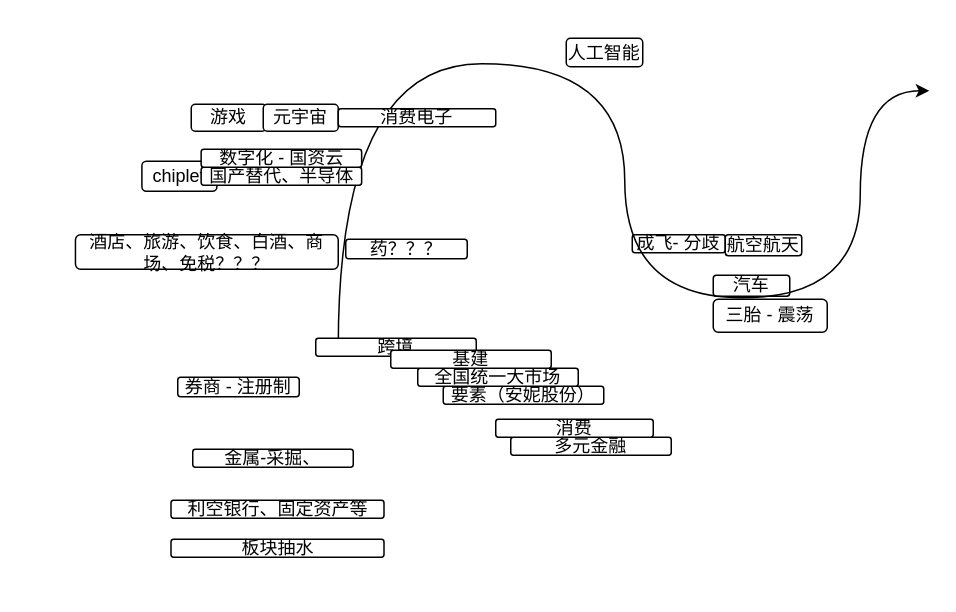
This is menus/每日头脑风暴.drawio from Asamiyaa/microservice-k8s-yun, a draw.io file, before an edit. Source tidied: cells renumbered, new cells numbered last; positions are measured from the earlier drawing's top-left corner, leaving out a move shared by most shapes. Both pictures are drawn from the tidied source at 150%, with x=0, y=0 at pixel (75, 38).
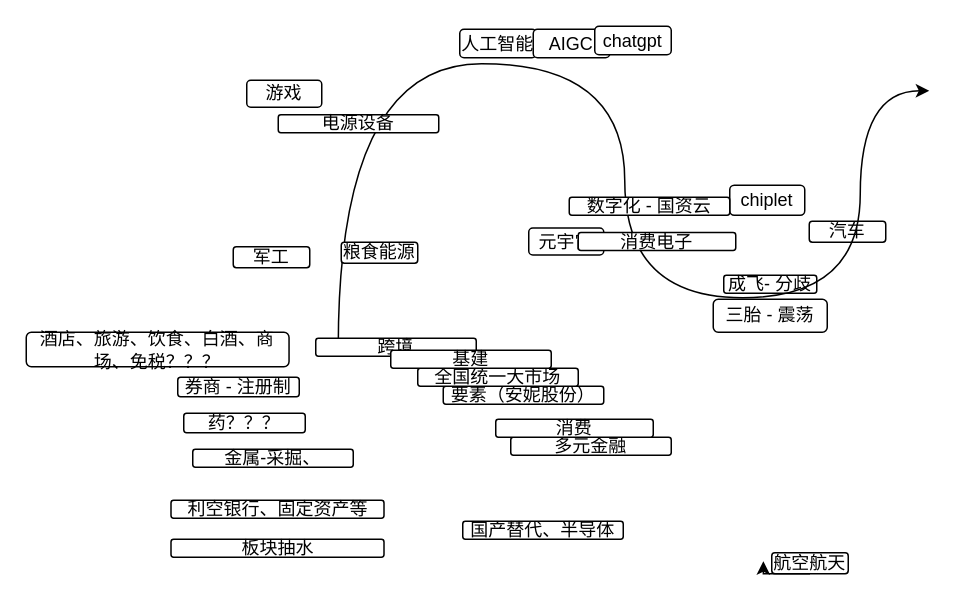
The same diagram, later.

Commit message:
更新每日头脑风暴.drawio

What changed in the source:
```diff
@@
     <mxCell id="2" value="人工智能" style="rounded=1;whiteSpace=wrap;html=1;" parent="1" vertex="1">
-      <mxGeometry x="327" width="51" height="19" as="geometry" />
+      <mxGeometry x="256" y="-6" width="51" height="19" as="geometry" />
     </mxCell>
     <mxCell id="3" value="成飞- 分歧" style="rounded=1;whiteSpace=wrap;html=1;" parent="1" vertex="1">
-      <mxGeometry x="371" y="131" width="62" height="12" as="geometry" />
+      <mxGeometry x="432" y="158" width="62" height="12" as="geometry" />
     </mxCell>
@@
     <mxCell id="5" value="汽车" style="rounded=1;whiteSpace=wrap;html=1;" parent="1" vertex="1">
-      <mxGeometry x="425" y="158" width="51" height="14" as="geometry" />
+      <mxGeometry x="489" y="122" width="51" height="14" as="geometry" />
     </mxCell>
@@
     <mxCell id="9" value="chiplet" style="rounded=1;whiteSpace=wrap;html=1;" parent="1" vertex="1">
-      <mxGeometry x="44.1" y="82" width="50" height="20" as="geometry" />
+      <mxGeometry x="436" y="98" width="50" height="20" as="geometry" />
     </mxCell>
     <mxCell id="10" value="游戏" style="rounded=1;whiteSpace=wrap;html=1;" parent="1" vertex="1">
-      <mxGeometry x="77" y="44" width="50" height="18" as="geometry" />
+      <mxGeometry x="114" y="28" width="50" height="18" as="geometry" />
     </mxCell>
     <mxCell id="11" value="酒店、旅游、饮食、白酒、商场、免税？？？" style="rounded=1;whiteSpace=wrap;html=1;" parent="1" vertex="1">
-      <mxGeometry x="-0.2" y="131" width="175.2" height="23" as="geometry" />
+      <mxGeometry x="-33" y="196" width="175.2" height="23" as="geometry" />
     </mxCell>
@@
     <mxCell id="16" value="国产替代、半导体" style="rounded=1;whiteSpace=wrap;html=1;" parent="1" vertex="1">
-      <mxGeometry x="83.6" y="86" width="107" height="12" as="geometry" />
+      <mxGeometry x="258" y="322" width="107" height="12" as="geometry" />
     </mxCell>
     <mxCell id="17" value="数字化 - 国资云" style="rounded=1;whiteSpace=wrap;html=1;" parent="1" vertex="1">
-      <mxGeometry x="83.6" y="74" width="107" height="12" as="geometry" />
+      <mxGeometry x="329" y="106" width="107" height="12" as="geometry" />
     </mxCell>
@@
     <mxCell id="22" value="元宇宙" style="rounded=1;whiteSpace=wrap;html=1;" parent="1" vertex="1">
-      <mxGeometry x="125" y="44" width="50" height="18" as="geometry" />
+      <mxGeometry x="302" y="126.5" width="50" height="18" as="geometry" />
     </mxCell>
     <mxCell id="23" value="消费电子" style="rounded=1;whiteSpace=wrap;html=1;" parent="1" vertex="1">
-      <mxGeometry x="175" y="47" width="105" height="12" as="geometry" />
+      <mxGeometry x="335" y="129.5" width="105" height="12" as="geometry" />
     </mxCell>
     <mxCell id="24" value="药？？？" style="rounded=1;whiteSpace=wrap;html=1;" parent="1" vertex="1">
-      <mxGeometry x="180" y="134" width="81" height="13" as="geometry" />
+      <mxGeometry x="72" y="250" width="81" height="13" as="geometry" />
     </mxCell>
+    <mxCell id="26" style="edgeStyle=orthogonalEdgeStyle;rounded=0;jettySize=auto;html=1;exitX=0.5;exitY=1;exitDx=0;exitDy=0;" parent="1" edge="1" source="25">
+      <mxGeometry relative="1" as="geometry">
+        <mxPoint x="458.4" y="348.6" as="targetPoint" />
+      </mxGeometry>
+    </mxCell>
     <mxCell id="25" value="航空航天" style="rounded=1;whiteSpace=wrap;html=1;" parent="1" vertex="1">
-      <mxGeometry x="433" y="131" width="51" height="14" as="geometry" />
+      <mxGeometry x="464" y="343" width="51" height="14" as="geometry" />
     </mxCell>
+    <mxCell id="27" value="电源设备" style="rounded=1;whiteSpace=wrap;html=1;" parent="1" vertex="1">
+      <mxGeometry x="135" y="51" width="107" height="12" as="geometry" />
+    </mxCell>
+    <mxCell id="28" value="军工" style="rounded=1;whiteSpace=wrap;html=1;" parent="1" vertex="1">
+      <mxGeometry x="105" y="139" width="51" height="14" as="geometry" />
+    </mxCell>
+    <mxCell id="29" value="粮食能源" style="rounded=1;whiteSpace=wrap;html=1;" parent="1" vertex="1">
+      <mxGeometry x="177" y="136" width="51" height="14" as="geometry" />
+    </mxCell>
+    <mxCell id="30" value="AIGC" style="rounded=1;whiteSpace=wrap;html=1;" parent="1" vertex="1">
+      <mxGeometry x="305" y="-6" width="51" height="19" as="geometry" />
+    </mxCell>
+    <mxCell id="31" value="chatgpt" style="rounded=1;whiteSpace=wrap;html=1;" parent="1" vertex="1">
+      <mxGeometry x="346" y="-8" width="51" height="19" as="geometry" />
+    </mxCell>
```
